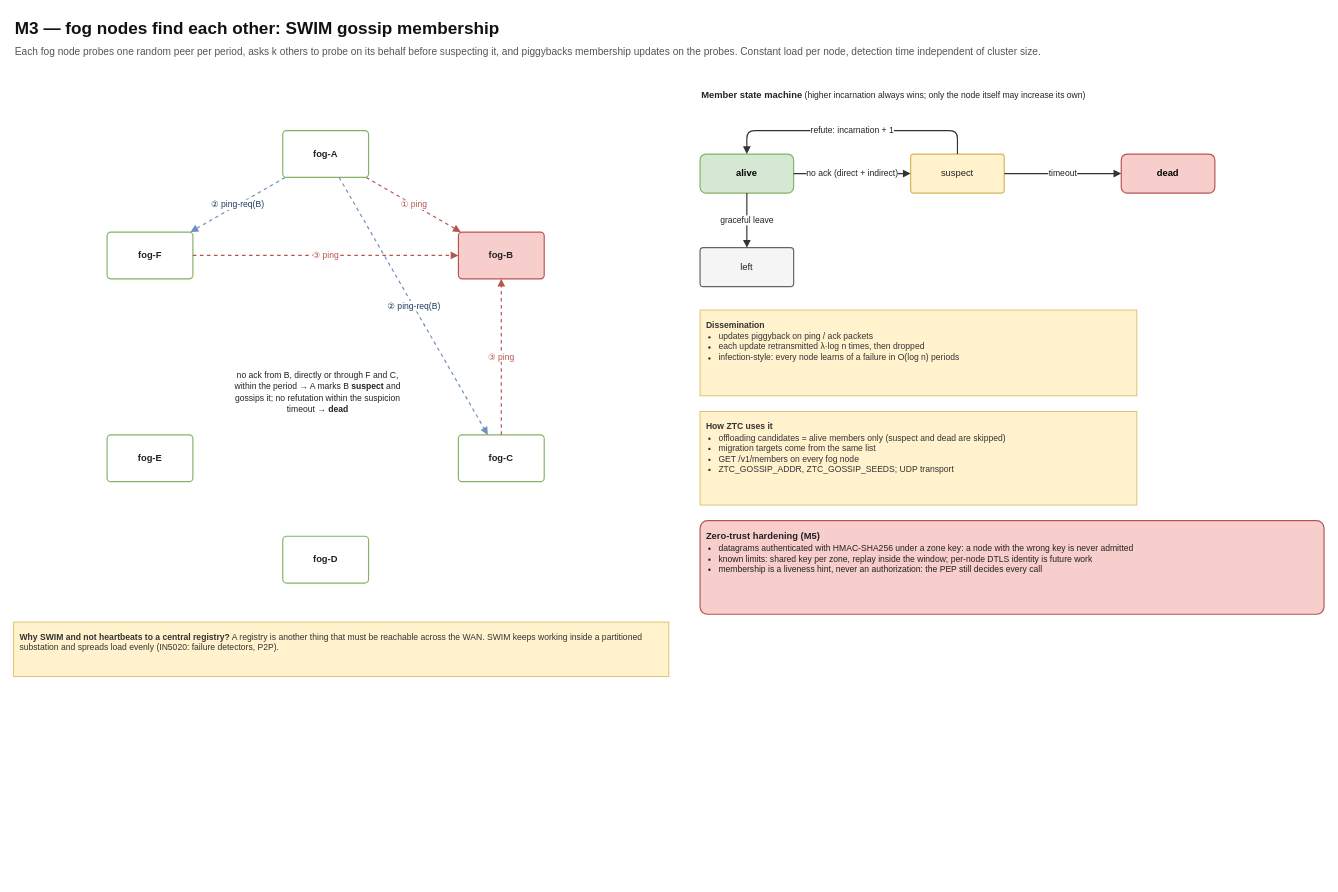
Earlier version of the draw.io diagram page "SWIM membership" (2 of 4) of Docs/diagrams/08-m3-distributed-systems.drawio (philipfleischer/zero-trust-continuum). Source tidied: cells renumbered, new cells numbered last; positions are measured from the earlier drawing's top-left corner, leaving out a move shared by most shapes. Both pictures are drawn from the tidied source at 78%, with x=0, y=0 at pixel (13, 13).
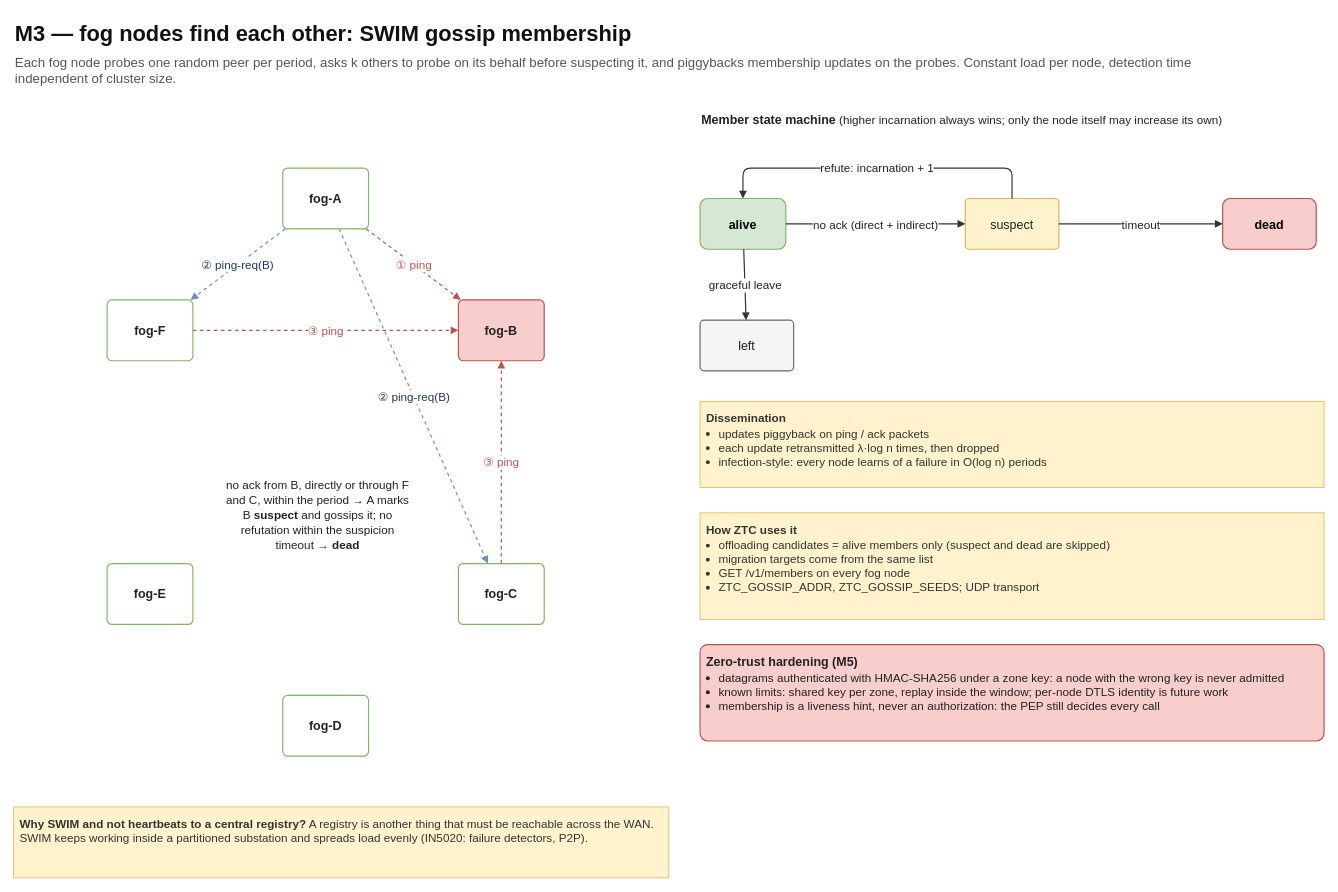
The same diagram, later.

The edit, as a diff of the source:
```diff
@@
-    <mxCell id="2" value="M3 — fog nodes find each other: SWIM gossip membership" style="whiteSpace=wrap;html=1;fontFamily=Helvetica;text;align=left;verticalAlign=top;fontSize=22;fontStyle=1;fontColor=#111111;" parent="1" vertex="1">
-      <mxGeometry width="1600" height="32" as="geometry" />
+    <mxCell id="2" value="M3 — fog nodes find each other: SWIM gossip membership" style="whiteSpace=wrap;html=1;fontFamily=Helvetica;text;align=left;verticalAlign=top;fontSize=28;fontStyle=1;fontColor=#111111;" parent="1" vertex="1">
+      <mxGeometry y="3" width="1600" height="41.6" as="geometry" />
     </mxCell>
-    <mxCell id="3" value="Each fog node probes one random peer per period, asks k others to probe on its behalf before suspecting it, and piggybacks membership updates on the probes. Constant load per node, detection time independent of cluster size." style="whiteSpace=wrap;html=1;fontFamily=Helvetica;text;align=left;verticalAlign=top;fontSize=13;fontColor=#555555;" parent="1" vertex="1">
-      <mxGeometry y="34" width="1600" height="34" as="geometry" />
+    <mxCell id="3" value="Each fog node probes one random peer per period, asks k others to probe on its behalf before suspecting it, and piggybacks membership updates on the probes. Constant load per node, detection time independent of cluster size." style="whiteSpace=wrap;html=1;fontFamily=Helvetica;text;align=left;verticalAlign=top;fontSize=17;fontColor=#555555;" parent="1" vertex="1">
+      <mxGeometry y="47.2" width="1600" height="44.2" as="geometry" />
     </mxCell>
-    <mxCell id="4" value="&lt;b&gt;fog-A&lt;/b&gt;" style="whiteSpace=wrap;html=1;fontFamily=Helvetica;rounded=1;arcSize=8;fillColor=#ffffff;strokeColor=#82b366;strokeWidth=1.5;fontSize=12;fontColor=#222222;verticalAlign=middle;spacing=4;" parent="1" vertex="1">
-      <mxGeometry x="345" y="150" width="110" height="60" as="geometry" />
+    <mxCell id="4" value="&lt;b&gt;fog-A&lt;/b&gt;" style="whiteSpace=wrap;html=1;fontFamily=Helvetica;rounded=1;arcSize=8;fillColor=#ffffff;strokeColor=#82b366;strokeWidth=1.5;fontSize=16;fontColor=#222222;verticalAlign=middle;spacing=4;" parent="1" vertex="1">
+      <mxGeometry x="345" y="198" width="110" height="78" as="geometry" />
     </mxCell>
-    <mxCell id="5" value="&lt;b&gt;fog-B&lt;/b&gt;" style="whiteSpace=wrap;html=1;fontFamily=Helvetica;rounded=1;arcSize=8;fillColor=#f8cecc;strokeColor=#b85450;strokeWidth=1.5;fontSize=12;fontColor=#222222;spacing=4;" parent="1" vertex="1">
-      <mxGeometry x="570.2" y="280" width="110" height="60" as="geometry" />
+    <mxCell id="5" value="&lt;b&gt;fog-B&lt;/b&gt;" style="whiteSpace=wrap;html=1;fontFamily=Helvetica;rounded=1;arcSize=8;fillColor=#f8cecc;strokeColor=#b85450;strokeWidth=1.5;fontSize=16;fontColor=#222222;spacing=4;" parent="1" vertex="1">
+      <mxGeometry x="570.2" y="367" width="110" height="78" as="geometry" />
     </mxCell>
-    <mxCell id="6" value="&lt;b&gt;fog-C&lt;/b&gt;" style="whiteSpace=wrap;html=1;fontFamily=Helvetica;rounded=1;arcSize=8;fillColor=#ffffff;strokeColor=#82b366;strokeWidth=1.5;fontSize=12;fontColor=#222222;verticalAlign=middle;spacing=4;" parent="1" vertex="1">
-      <mxGeometry x="570.2" y="540" width="110" height="60" as="geometry" />
+    <mxCell id="6" value="&lt;b&gt;fog-C&lt;/b&gt;" style="whiteSpace=wrap;html=1;fontFamily=Helvetica;rounded=1;arcSize=8;fillColor=#ffffff;strokeColor=#82b366;strokeWidth=1.5;fontSize=16;fontColor=#222222;verticalAlign=middle;spacing=4;" parent="1" vertex="1">
+      <mxGeometry x="570.2" y="705" width="110" height="78" as="geometry" />
     </mxCell>
-    <mxCell id="7" value="&lt;b&gt;fog-D&lt;/b&gt;" style="whiteSpace=wrap;html=1;fontFamily=Helvetica;rounded=1;arcSize=8;fillColor=#ffffff;strokeColor=#82b366;strokeWidth=1.5;fontSize=12;fontColor=#222222;verticalAlign=middle;spacing=4;" parent="1" vertex="1">
-      <mxGeometry x="345" y="670" width="110" height="60" as="geometry" />
+    <mxCell id="7" value="&lt;b&gt;fog-D&lt;/b&gt;" style="whiteSpace=wrap;html=1;fontFamily=Helvetica;rounded=1;arcSize=8;fillColor=#ffffff;strokeColor=#82b366;strokeWidth=1.5;fontSize=16;fontColor=#222222;verticalAlign=middle;spacing=4;" parent="1" vertex="1">
+      <mxGeometry x="345" y="874" width="110" height="78" as="geometry" />
     </mxCell>
-    <mxCell id="8" value="&lt;b&gt;fog-E&lt;/b&gt;" style="whiteSpace=wrap;html=1;fontFamily=Helvetica;rounded=1;arcSize=8;fillColor=#ffffff;strokeColor=#82b366;strokeWidth=1.5;fontSize=12;fontColor=#222222;verticalAlign=middle;spacing=4;" parent="1" vertex="1">
-      <mxGeometry x="119.8" y="540" width="110" height="60" as="geometry" />
+    <mxCell id="8" value="&lt;b&gt;fog-E&lt;/b&gt;" style="whiteSpace=wrap;html=1;fontFamily=Helvetica;rounded=1;arcSize=8;fillColor=#ffffff;strokeColor=#82b366;strokeWidth=1.5;fontSize=16;fontColor=#222222;verticalAlign=middle;spacing=4;" parent="1" vertex="1">
+      <mxGeometry x="119.8" y="705" width="110" height="78" as="geometry" />
     </mxCell>
-    <mxCell id="9" value="&lt;b&gt;fog-F&lt;/b&gt;" style="whiteSpace=wrap;html=1;fontFamily=Helvetica;rounded=1;arcSize=8;fillColor=#ffffff;strokeColor=#82b366;strokeWidth=1.5;fontSize=12;fontColor=#222222;verticalAlign=middle;spacing=4;" parent="1" vertex="1">
-      <mxGeometry x="119.8" y="280" width="110" height="60" as="geometry" />
+    <mxCell id="9" value="&lt;b&gt;fog-F&lt;/b&gt;" style="whiteSpace=wrap;html=1;fontFamily=Helvetica;rounded=1;arcSize=8;fillColor=#ffffff;strokeColor=#82b366;strokeWidth=1.5;fontSize=16;fontColor=#222222;verticalAlign=middle;spacing=4;" parent="1" vertex="1">
+      <mxGeometry x="119.8" y="367" width="110" height="78" as="geometry" />
     </mxCell>
-    <mxCell id="10" value="① ping" style="html=1;endArrow=block;endFill=1;strokeWidth=1.5;fontSize=11;labelBackgroundColor=#ffffff;fontFamily=Helvetica;strokeColor=#b85450;fontColor=#b85450;dashed=1;" parent="1" edge="1" source="4" target="5">
+    <mxCell id="10" value="① ping" style="html=1;endArrow=block;endFill=1;strokeWidth=1.5;fontSize=15;labelBackgroundColor=#ffffff;fontFamily=Helvetica;strokeColor=#b85450;fontColor=#b85450;dashed=1;" parent="1" edge="1" source="4" target="5">
       <mxGeometry relative="1" as="geometry" />
     </mxCell>
-    <mxCell id="11" value="② ping-req(B)" style="html=1;endArrow=block;endFill=1;strokeWidth=1.5;fontSize=11;labelBackgroundColor=#ffffff;fontFamily=Helvetica;strokeColor=#6c8ebf;fontColor=#1f3a5f;dashed=1;" parent="1" edge="1" source="4" target="9">
+    <mxCell id="11" value="② ping-req(B)" style="html=1;endArrow=block;endFill=1;strokeWidth=1.5;fontSize=15;labelBackgroundColor=#ffffff;fontFamily=Helvetica;strokeColor=#6c8ebf;fontColor=#1f3a5f;dashed=1;" parent="1" edge="1" source="4" target="9">
       <mxGeometry relative="1" as="geometry" />
     </mxCell>
-    <mxCell id="12" value="② ping-req(B)" style="html=1;endArrow=block;endFill=1;strokeWidth=1.5;fontSize=11;labelBackgroundColor=#ffffff;fontFamily=Helvetica;strokeColor=#6c8ebf;fontColor=#1f3a5f;dashed=1;" parent="1" edge="1" source="4" target="6">
+    <mxCell id="12" value="② ping-req(B)" style="html=1;endArrow=block;endFill=1;strokeWidth=1.5;fontSize=15;labelBackgroundColor=#ffffff;fontFamily=Helvetica;strokeColor=#6c8ebf;fontColor=#1f3a5f;dashed=1;" parent="1" edge="1" source="4" target="6">
       <mxGeometry relative="1" as="geometry" />
     </mxCell>
-    <mxCell id="13" value="③ ping" style="html=1;endArrow=block;endFill=1;strokeWidth=1.5;fontSize=11;labelBackgroundColor=#ffffff;fontFamily=Helvetica;strokeColor=#b85450;fontColor=#b85450;dashed=1;" parent="1" edge="1" source="9" target="5">
+    <mxCell id="13" value="③ ping" style="html=1;endArrow=block;endFill=1;strokeWidth=1.5;fontSize=15;labelBackgroundColor=#ffffff;fontFamily=Helvetica;strokeColor=#b85450;fontColor=#b85450;dashed=1;" parent="1" edge="1" source="9" target="5">
       <mxGeometry relative="1" as="geometry" />
     </mxCell>
-    <mxCell id="14" value="③ ping" style="html=1;endArrow=block;endFill=1;strokeWidth=1.5;fontSize=11;labelBackgroundColor=#ffffff;fontFamily=Helvetica;strokeColor=#b85450;fontColor=#b85450;dashed=1;" parent="1" edge="1" source="6" target="5">
+    <mxCell id="14" value="③ ping" style="html=1;endArrow=block;endFill=1;strokeWidth=1.5;fontSize=15;labelBackgroundColor=#ffffff;fontFamily=Helvetica;strokeColor=#b85450;fontColor=#b85450;dashed=1;" parent="1" edge="1" source="6" target="5">
       <mxGeometry relative="1" as="geometry" />
     </mxCell>
-    <mxCell id="15" value="&lt;span style=&quot;font-size:11px&quot;&gt;no ack from B, directly or through F and C, within the period → A marks B &lt;b&gt;suspect&lt;/b&gt; and gossips it; no refutation within the suspicion timeout → &lt;b&gt;dead&lt;/b&gt;&lt;/span&gt;" style="whiteSpace=wrap;html=1;fontFamily=Helvetica;text;align=left;verticalAlign=top;fontSize=12;fontColor=#222222;align=center;" parent="1" vertex="1">
-      <mxGeometry x="270" y="450" width="240" height="90" as="geometry" />
+    <mxCell id="15" value="&lt;span style=&quot;font-size:15px&quot;&gt;no ack from B, directly or through F and C, within the period → A marks B &lt;b&gt;suspect&lt;/b&gt; and gossips it; no refutation within the suspicion timeout → &lt;b&gt;dead&lt;/b&gt;&lt;/span&gt;" style="whiteSpace=wrap;html=1;fontFamily=Helvetica;text;align=left;verticalAlign=top;fontSize=16;fontColor=#222222;align=center;" parent="1" vertex="1">
+      <mxGeometry x="270" y="588" width="240" height="117" as="geometry" />
     </mxCell>
-    <mxCell id="16" value="alive" style="whiteSpace=wrap;html=1;fontFamily=Helvetica;rounded=1;fillColor=#d5e8d4;strokeColor=#82b366;strokeWidth=1.5;fontSize=12;fontStyle=1;" parent="1" vertex="1">
-      <mxGeometry x="880" y="180" width="120" height="50" as="geometry" />
+    <mxCell id="16" value="alive" style="whiteSpace=wrap;html=1;fontFamily=Helvetica;rounded=1;fillColor=#d5e8d4;strokeColor=#82b366;strokeWidth=1.5;fontSize=16;fontStyle=1;" parent="1" vertex="1">
+      <mxGeometry x="880" y="237" width="110" height="65" as="geometry" />
     </mxCell>
-    <mxCell id="17" value="suspect" style="whiteSpace=wrap;html=1;fontFamily=Helvetica;rounded=1;arcSize=8;fillColor=#fff2cc;strokeColor=#d6b656;strokeWidth=1.5;fontSize=12;fontColor=#222222;spacing=4;" parent="1" vertex="1">
-      <mxGeometry x="1150" y="180" width="120" height="50" as="geometry" />
+    <mxCell id="17" value="suspect" style="whiteSpace=wrap;html=1;fontFamily=Helvetica;rounded=1;arcSize=8;fillColor=#fff2cc;strokeColor=#d6b656;strokeWidth=1.5;fontSize=16;fontColor=#222222;spacing=4;" parent="1" vertex="1">
+      <mxGeometry x="1220" y="237" width="120" height="65" as="geometry" />
     </mxCell>
-    <mxCell id="18" value="dead" style="whiteSpace=wrap;html=1;fontFamily=Helvetica;rounded=1;fillColor=#f8cecc;strokeColor=#b85450;strokeWidth=1.5;fontSize=12;fontStyle=1;" parent="1" vertex="1">
-      <mxGeometry x="1420" y="180" width="120" height="50" as="geometry" />
+    <mxCell id="18" value="dead" style="whiteSpace=wrap;html=1;fontFamily=Helvetica;rounded=1;fillColor=#f8cecc;strokeColor=#b85450;strokeWidth=1.5;fontSize=16;fontStyle=1;" parent="1" vertex="1">
+      <mxGeometry x="1550" y="237" width="120" height="65" as="geometry" />
     </mxCell>
-    <mxCell id="19" value="left" style="whiteSpace=wrap;html=1;fontFamily=Helvetica;rounded=1;arcSize=8;fillColor=#f5f5f5;strokeColor=#666666;strokeWidth=1.5;fontSize=12;fontColor=#222222;spacing=4;" parent="1" vertex="1">
-      <mxGeometry x="880" y="300" width="120" height="50" as="geometry" />
+    <mxCell id="19" value="left" style="whiteSpace=wrap;html=1;fontFamily=Helvetica;rounded=1;arcSize=8;fillColor=#f5f5f5;strokeColor=#666666;strokeWidth=1.5;fontSize=16;fontColor=#222222;spacing=4;" parent="1" vertex="1">
+      <mxGeometry x="880" y="393" width="120" height="65" as="geometry" />
     </mxCell>
-    <mxCell id="20" value="no ack (direct + indirect)" style="html=1;endArrow=block;endFill=1;strokeWidth=1.5;fontSize=11;labelBackgroundColor=#ffffff;fontFamily=Helvetica;strokeColor=#333333;fontColor=#222222;" parent="1" edge="1" source="16" target="17">
+    <mxCell id="20" value="no ack (direct + indirect)" style="html=1;endArrow=block;endFill=1;strokeWidth=1.5;fontSize=15;labelBackgroundColor=#ffffff;fontFamily=Helvetica;strokeColor=#333333;fontColor=#222222;" parent="1" edge="1" source="16" target="17">
       <mxGeometry relative="1" as="geometry" />
     </mxCell>
-    <mxCell id="21" value="timeout" style="html=1;endArrow=block;endFill=1;strokeWidth=1.5;fontSize=11;labelBackgroundColor=#ffffff;fontFamily=Helvetica;strokeColor=#333333;fontColor=#222222;" parent="1" edge="1" source="17" target="18">
+    <mxCell id="21" value="timeout" style="html=1;endArrow=block;endFill=1;strokeWidth=1.5;fontSize=15;labelBackgroundColor=#ffffff;fontFamily=Helvetica;strokeColor=#333333;fontColor=#222222;" parent="1" edge="1" source="17" target="18">
       <mxGeometry relative="1" as="geometry" />
     </mxCell>
-    <mxCell id="22" value="refute: incarnation + 1" style="html=1;endArrow=block;endFill=1;strokeWidth=1.5;fontSize=11;labelBackgroundColor=#ffffff;fontFamily=Helvetica;strokeColor=#333333;fontColor=#222222;exitX=0.5;exitY=0;exitDx=0;exitDy=0;entryX=0.5;entryY=0;entryDx=0;entryDy=0;" parent="1" edge="1" source="17" target="16">
+    <mxCell id="22" value="refute: incarnation + 1" style="html=1;endArrow=block;endFill=1;strokeWidth=1.5;fontSize=15;labelBackgroundColor=#ffffff;fontFamily=Helvetica;strokeColor=#333333;fontColor=#222222;exitX=0.5;exitY=0;exitDx=0;exitDy=0;entryX=0.5;entryY=0;entryDx=0;entryDy=0;" parent="1" edge="1" source="17" target="16">
       <mxGeometry relative="1" as="geometry">
         <Array as="points">
-          <mxPoint x="1210" y="150" />
-          <mxPoint x="940" y="150" />
+          <mxPoint x="1280" y="198" />
+          <mxPoint x="935" y="198" />
         </Array>
       </mxGeometry>
     </mxCell>
-    <mxCell id="23" value="graceful leave" style="html=1;endArrow=block;endFill=1;strokeWidth=1.5;fontSize=11;labelBackgroundColor=#ffffff;fontFamily=Helvetica;strokeColor=#333333;fontColor=#222222;" parent="1" edge="1" source="16" target="19">
+    <mxCell id="23" value="graceful leave" style="html=1;endArrow=block;endFill=1;strokeWidth=1.5;fontSize=15;labelBackgroundColor=#ffffff;fontFamily=Helvetica;strokeColor=#333333;fontColor=#222222;" parent="1" edge="1" source="16" target="19">
       <mxGeometry relative="1" as="geometry" />
     </mxCell>
-    <mxCell id="24" value="&lt;b&gt;Member state machine&lt;/b&gt;&lt;span style=&quot;font-size:11px&quot;&gt; (higher incarnation always wins; only the node itself may increase its own)&lt;/span&gt;" style="whiteSpace=wrap;html=1;fontFamily=Helvetica;text;align=left;verticalAlign=top;fontSize=12;fontColor=#222222;" parent="1" vertex="1">
-      <mxGeometry x="880" y="90" width="700" height="22" as="geometry" />
+    <mxCell id="24" value="&lt;b&gt;Member state machine&lt;/b&gt;&lt;span style=&quot;font-size:15px&quot;&gt; (higher incarnation always wins; only the node itself may increase its own)&lt;/span&gt;" style="whiteSpace=wrap;html=1;fontFamily=Helvetica;text;align=left;verticalAlign=top;fontSize=16;fontColor=#222222;" parent="1" vertex="1">
+      <mxGeometry x="880" y="120" width="700" height="28.6" as="geometry" />
     </mxCell>
-    <mxCell id="25" value="&lt;b&gt;Dissemination&lt;/b&gt;&lt;ul style=&quot;margin:2px 0 0 0;padding-left:16px;font-size:11px&quot;&gt;&lt;li&gt;updates piggyback on ping / ack packets&lt;/li&gt;&lt;li&gt;each update retransmitted λ·log n times, then dropped&lt;/li&gt;&lt;li&gt;infection-style: every node learns of a failure in O(log n) periods&lt;/li&gt;&lt;/ul&gt;" style="whiteSpace=wrap;html=1;fontFamily=Helvetica;rounded=0;fillColor=#fff2cc;strokeColor=#d6b656;align=left;verticalAlign=top;spacing=8;fontSize=11;fontColor=#333333;" parent="1" vertex="1">
-      <mxGeometry x="880" y="380" width="560" height="110" as="geometry" />
+    <mxCell id="25" value="&lt;b&gt;Dissemination&lt;/b&gt;&lt;ul style=&quot;margin:2px 0 0 0;padding-left:16px;font-size:15px&quot;&gt;&lt;li&gt;updates piggyback on ping / ack packets&lt;/li&gt;&lt;li&gt;each update retransmitted λ·log n times, then dropped&lt;/li&gt;&lt;li&gt;infection-style: every node learns of a failure in O(log n) periods&lt;/li&gt;&lt;/ul&gt;" style="whiteSpace=wrap;html=1;fontFamily=Helvetica;rounded=0;fillColor=#fff2cc;strokeColor=#d6b656;align=left;verticalAlign=top;spacing=8;fontSize=15;fontColor=#333333;" parent="1" vertex="1">
+      <mxGeometry x="880" y="497" width="800" height="110.5" as="geometry" />
     </mxCell>
-    <mxCell id="26" value="&lt;b&gt;How ZTC uses it&lt;/b&gt;&lt;ul style=&quot;margin:2px 0 0 0;padding-left:16px;font-size:11px&quot;&gt;&lt;li&gt;offloading candidates = alive members only (suspect and dead are skipped)&lt;/li&gt;&lt;li&gt;migration targets come from the same list&lt;/li&gt;&lt;li&gt;GET /v1/members on every fog node&lt;/li&gt;&lt;li&gt;ZTC_GOSSIP_ADDR, ZTC_GOSSIP_SEEDS; UDP transport&lt;/li&gt;&lt;/ul&gt;" style="whiteSpace=wrap;html=1;fontFamily=Helvetica;rounded=0;fillColor=#fff2cc;strokeColor=#d6b656;align=left;verticalAlign=top;spacing=8;fontSize=11;fontColor=#333333;" parent="1" vertex="1">
-      <mxGeometry x="880" y="510" width="560" height="120" as="geometry" />
+    <mxCell id="26" value="&lt;b&gt;How ZTC uses it&lt;/b&gt;&lt;ul style=&quot;margin:2px 0 0 0;padding-left:16px;font-size:15px&quot;&gt;&lt;li&gt;offloading candidates = alive members only (suspect and dead are skipped)&lt;/li&gt;&lt;li&gt;migration targets come from the same list&lt;/li&gt;&lt;li&gt;GET /v1/members on every fog node&lt;/li&gt;&lt;li&gt;ZTC_GOSSIP_ADDR, ZTC_GOSSIP_SEEDS; UDP transport&lt;/li&gt;&lt;/ul&gt;" style="whiteSpace=wrap;html=1;fontFamily=Helvetica;rounded=0;fillColor=#fff2cc;strokeColor=#d6b656;align=left;verticalAlign=top;spacing=8;fontSize=15;fontColor=#333333;" parent="1" vertex="1">
+      <mxGeometry x="880" y="640" width="800" height="136.5" as="geometry" />
     </mxCell>
-    <mxCell id="27" value="&lt;b&gt;Zero-trust hardening (M5)&lt;/b&gt;&lt;ul style=&quot;margin:2px 0 0 0;padding-left:16px;font-size:11px&quot;&gt;&lt;li&gt;datagrams authenticated with HMAC-SHA256 under a zone key: a node with the wrong key is never admitted&lt;/li&gt;&lt;li&gt;known limits: shared key per zone, replay inside the window; per-node DTLS identity is future work&lt;/li&gt;&lt;li&gt;membership is a liveness hint, never an authorization: the PEP still decides every call&lt;/li&gt;&lt;/ul&gt;" style="whiteSpace=wrap;html=1;fontFamily=Helvetica;rounded=1;arcSize=8;fillColor=#f8cecc;strokeColor=#b85450;strokeWidth=1.5;fontSize=12;fontColor=#222222;spacing=4;align=left;verticalAlign=top;spacing=8;" parent="1" vertex="1">
-      <mxGeometry x="880" y="650" width="800" height="120" as="geometry" />
+    <mxCell id="27" value="&lt;b&gt;Zero-trust hardening (M5)&lt;/b&gt;&lt;ul style=&quot;margin:2px 0 0 0;padding-left:16px;font-size:15px&quot;&gt;&lt;li&gt;datagrams authenticated with HMAC-SHA256 under a zone key: a node with the wrong key is never admitted&lt;/li&gt;&lt;li&gt;known limits: shared key per zone, replay inside the window; per-node DTLS identity is future work&lt;/li&gt;&lt;li&gt;membership is a liveness hint, never an authorization: the PEP still decides every call&lt;/li&gt;&lt;/ul&gt;" style="whiteSpace=wrap;html=1;fontFamily=Helvetica;rounded=1;arcSize=8;fillColor=#f8cecc;strokeColor=#b85450;strokeWidth=1.5;fontSize=16;fontColor=#222222;spacing=4;align=left;verticalAlign=top;spacing=8;" parent="1" vertex="1">
+      <mxGeometry x="880" y="809" width="800" height="123.5" as="geometry" />
     </mxCell>
-    <mxCell id="28" value="&lt;b&gt;Why SWIM and not heartbeats to a central registry?&lt;/b&gt; A registry is another thing that must be reachable across the WAN. SWIM keeps working inside a partitioned substation and spreads load evenly (IN5020: failure detectors, P2P)." style="whiteSpace=wrap;html=1;fontFamily=Helvetica;rounded=0;fillColor=#fff2cc;strokeColor=#d6b656;align=left;verticalAlign=top;spacing=8;fontSize=11;fontColor=#333333;" parent="1" vertex="1">
-      <mxGeometry y="780" width="840" height="70" as="geometry" />
+    <mxCell id="28" value="&lt;b&gt;Why SWIM and not heartbeats to a central registry?&lt;/b&gt; A registry is another thing that must be reachable across the WAN. SWIM keeps working inside a partitioned substation and spreads load evenly (IN5020: failure detectors, P2P)." style="whiteSpace=wrap;html=1;fontFamily=Helvetica;rounded=0;fillColor=#fff2cc;strokeColor=#d6b656;align=left;verticalAlign=top;spacing=8;fontSize=15;fontColor=#333333;" parent="1" vertex="1">
+      <mxGeometry y="1017" width="840" height="91" as="geometry" />
     </mxCell>
```
